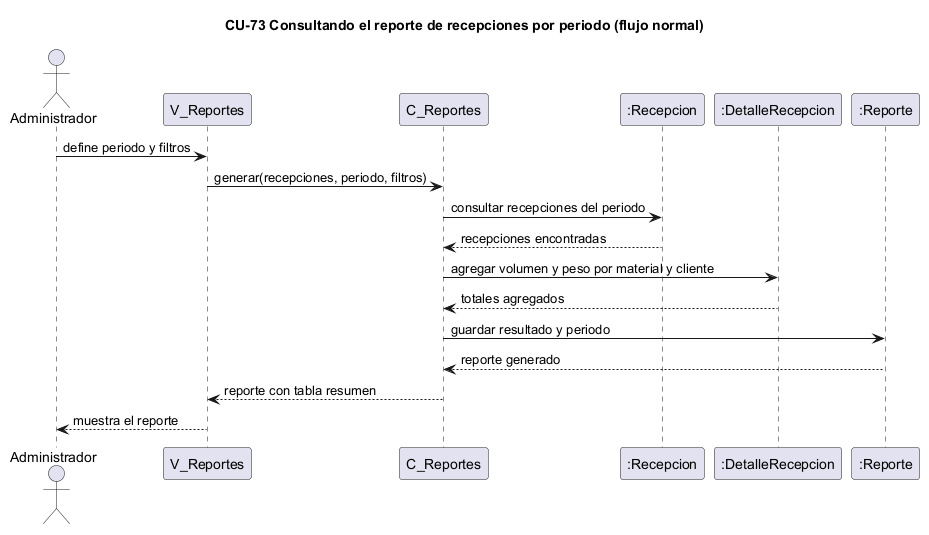
Before: docs/trabajo-grupal/diagramas/secuencias/cu73-reporte-recepciones-normal.png, a diagram exported from PlantUML (kenjikaese/Triverde).
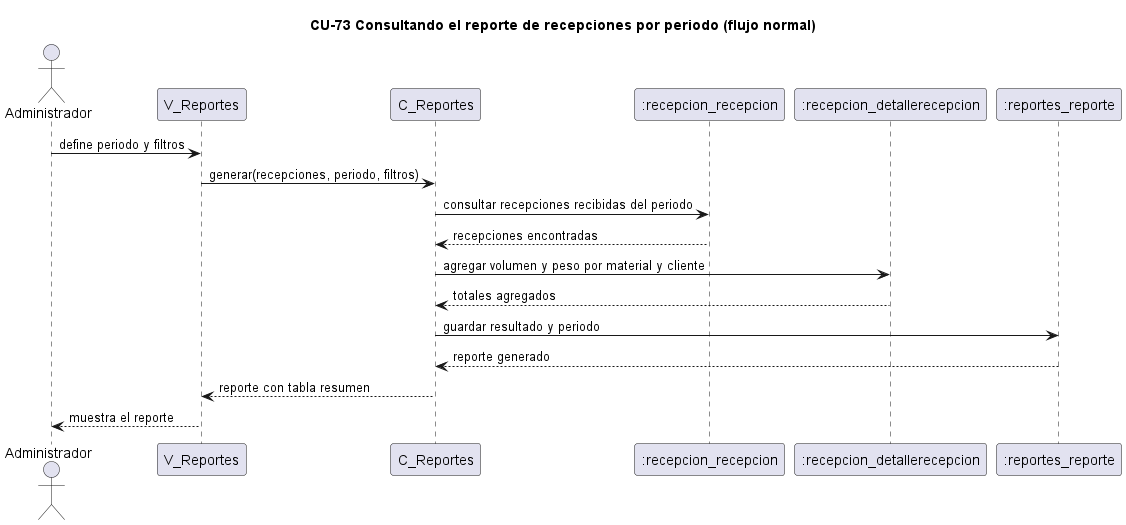
The same file after the commit.

The edit, as a diff of the source:
```diff
@@ -3,12 +3,12 @@
 actor Administrador
 participant "V_Reportes" as V
 participant "C_Reportes" as C
-participant ":Recepcion" as R
-participant ":DetalleRecepcion" as D
-participant ":Reporte" as REP
+participant ":recepcion_recepcion" as R
+participant ":recepcion_detallerecepcion" as D
+participant ":reportes_reporte" as REP
 Administrador -> V : define periodo y filtros
 V -> C : generar(recepciones, periodo, filtros)
-C -> R : consultar recepciones del periodo
+C -> R : consultar recepciones recibidas del periodo
 R --> C : recepciones encontradas
 C -> D : agregar volumen y peso por material y cliente
 D --> C : totales agregados
```
